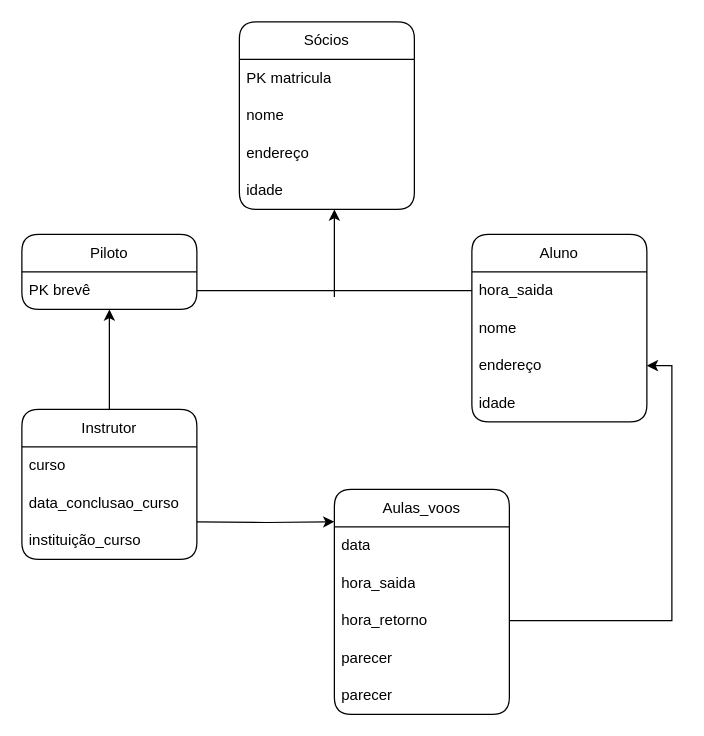
Before: BD_I/aeroclube.drawio in ELISASANTANA/College-Stuff, a draw.io diagram. Source tidied: cells renumbered, new cells numbered last; positions are measured from the earlier drawing's top-left corner, leaving out a move shared by most shapes. Both pictures are drawn from the tidied source at 125%, with x=0, y=0 at pixel (21, 21).
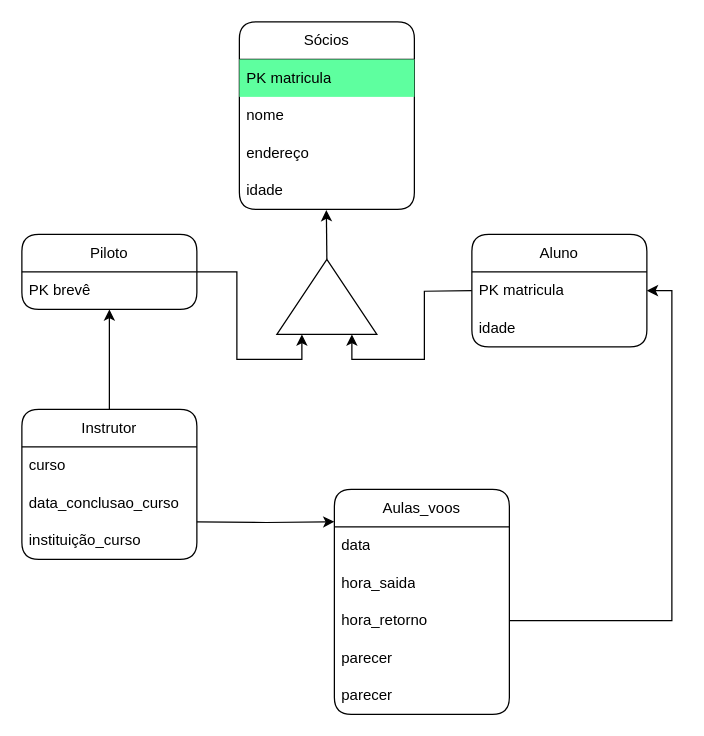
The same page after the edit.

The change refers to these unchanged cells:
```xml
<mxCell id="2" value="Sócios" style="swimlane;fontStyle=0;horizontal=1;startSize=30;whiteSpace=wrap;html=1;rounded=1;" parent="1" vertex="1">
  <mxGeometry x="174" width="140" height="150" as="geometry" />
</mxCell>
<mxCell id="6" value="idade" style="text;strokeColor=none;fillColor=none;align=left;verticalAlign=middle;spacingLeft=4;spacingRight=4;overflow=hidden;points=[[0,0.5],[1,0.5]];portConstraint=eastwest;whiteSpace=wrap;html=1;" parent="2" vertex="1">
  <mxGeometry y="120" width="140" height="30" as="geometry" />
</mxCell>
<mxCell id="7" value="Piloto" style="swimlane;fontStyle=0;horizontal=1;startSize=30;whiteSpace=wrap;html=1;rounded=1;" parent="1" vertex="1">
  <mxGeometry y="170" width="140" height="60" as="geometry" />
</mxCell>
<mxCell id="8" value="PK brevê" style="text;strokeColor=none;fillColor=none;align=left;verticalAlign=middle;spacingLeft=4;spacingRight=4;overflow=hidden;points=[[0,0.5],[1,0.5]];portConstraint=eastwest;whiteSpace=wrap;html=1;" parent="7" vertex="1">
  <mxGeometry y="30" width="140" height="30" as="geometry" />
</mxCell>
```

Change to the diagram source:
```diff
@@
-    <mxCell id="3" value="PK matricula" style="text;strokeColor=none;fillColor=none;align=left;verticalAlign=middle;spacingLeft=4;spacingRight=4;overflow=hidden;whiteSpace=wrap;html=1;" parent="2" vertex="1">
+    <mxCell id="3" value="PK matricula" style="text;strokeColor=none;fillColor=#5EFF9F;align=left;verticalAlign=middle;spacingLeft=4;spacingRight=4;overflow=hidden;whiteSpace=wrap;html=1;" parent="2" vertex="1">
       <mxGeometry y="30" width="140" height="30" as="geometry" />
     </mxCell>
@@
+    <mxCell id="29" style="edgeStyle=orthogonalEdgeStyle;rounded=0;jettySize=auto;html=1;entryX=0;entryY=0.25;entryDx=0;entryDy=0;" parent="1" edge="1" source="7" target="30">
+      <mxGeometry relative="1" as="geometry" />
+    </mxCell>
@@
     <mxCell id="14" value="Aluno" style="swimlane;fontStyle=0;horizontal=1;startSize=30;whiteSpace=wrap;html=1;rounded=1;" parent="1" vertex="1">
-      <mxGeometry x="360" y="170" width="140" height="150" as="geometry" />
+      <mxGeometry x="360" y="170" width="140" height="90" as="geometry" />
     </mxCell>
-    <mxCell id="15" value="hora_saida" style="text;strokeColor=none;fillColor=none;align=left;verticalAlign=middle;spacingLeft=4;spacingRight=4;overflow=hidden;points=[[0,0.5],[1,0.5]];portConstraint=eastwest;whiteSpace=wrap;html=1;" parent="14" vertex="1">
-      <mxGeometry y="30" width="140" height="30" as="geometry" />
-    </mxCell>
-    <mxCell id="16" value="nome" style="text;strokeColor=none;fillColor=none;align=left;verticalAlign=middle;spacingLeft=4;spacingRight=4;overflow=hidden;whiteSpace=wrap;html=1;" parent="14" vertex="1">
-      <mxGeometry y="60" width="140" height="30" as="geometry" />
-    </mxCell>
-    <mxCell id="17" value="endereço" style="text;strokeColor=none;fillColor=none;align=left;verticalAlign=middle;spacingLeft=4;spacingRight=4;overflow=hidden;points=[[0,0.5],[1,0.5]];portConstraint=eastwest;whiteSpace=wrap;html=1;" parent="14" vertex="1">
-      <mxGeometry y="90" width="140" height="30" as="geometry" />
+    <mxCell id="17" value="PK matricula" style="text;strokeColor=none;fillColor=none;align=left;verticalAlign=middle;spacingLeft=4;spacingRight=4;overflow=hidden;points=[[0,0.5],[1,0.5]];portConstraint=eastwest;whiteSpace=wrap;html=1;" parent="14" vertex="1">
+      <mxGeometry y="30" width="140" height="30" as="geometry" />
     </mxCell>
     <mxCell id="18" value="idade" style="text;strokeColor=none;fillColor=none;align=left;verticalAlign=middle;spacingLeft=4;spacingRight=4;overflow=hidden;whiteSpace=wrap;html=1;" parent="14" vertex="1">
-      <mxGeometry y="120" width="140" height="30" as="geometry" />
+      <mxGeometry y="60" width="140" height="30" as="geometry" />
     </mxCell>
@@
-    <mxCell id="27" style="endArrow=none;html=1;rounded=0;exitX=1;exitY=0.5;exitDx=0;exitDy=0;entryX=0;entryY=0.5;entryDx=0;entryDy=0;" parent="1" edge="1" source="8" target="15">
-      <mxGeometry relative="1" as="geometry" />
-    </mxCell>
-    <mxCell id="28" style="endArrow=classic;html=1;rounded=0;" parent="1" edge="1">
-      <mxGeometry relative="1" as="geometry">
-        <mxPoint x="250" y="220" as="sourcePoint" />
-        <mxPoint x="250" y="150" as="targetPoint" />
-      </mxGeometry>
-    </mxCell>
+    <mxCell id="30" style="triangle;whiteSpace=wrap;html=1;rotation=-90;" parent="1" vertex="1">
+      <mxGeometry x="214" y="180" width="60" height="80" as="geometry" />
+    </mxCell>
+    <mxCell id="31" style="edgeStyle=orthogonalEdgeStyle;rounded=0;jettySize=auto;html=1;entryX=0;entryY=0.75;entryDx=0;entryDy=0;" parent="1" edge="1" target="30">
+      <mxGeometry relative="1" as="geometry">
+        <mxPoint x="360" y="215" as="sourcePoint" />
+      </mxGeometry>
+    </mxCell>
+    <mxCell id="32" style="edgeStyle=orthogonalEdgeStyle;rounded=0;jettySize=auto;html=1;exitX=1;exitY=0.5;exitDx=0;exitDy=0;entryX=0.497;entryY=1.019;entryDx=0;entryDy=0;entryPerimeter=0;" parent="1" edge="1" source="30" target="6">
+      <mxGeometry relative="1" as="geometry" />
+    </mxCell>
```
